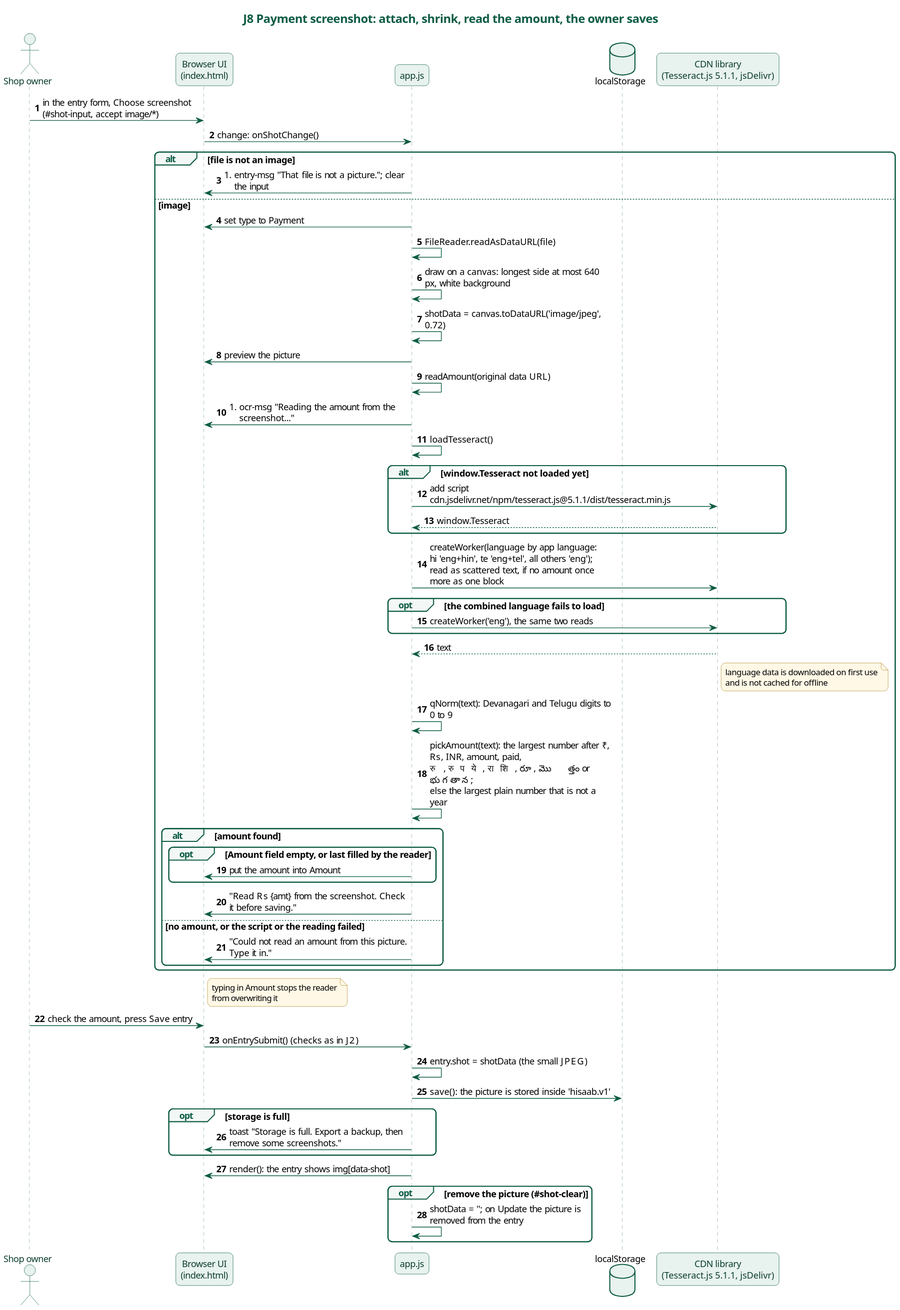
The PlantUML diagram docs/diagrams/j8-payment-screenshot.svg in karwasanjay007/hisaab-docs, before a commit.
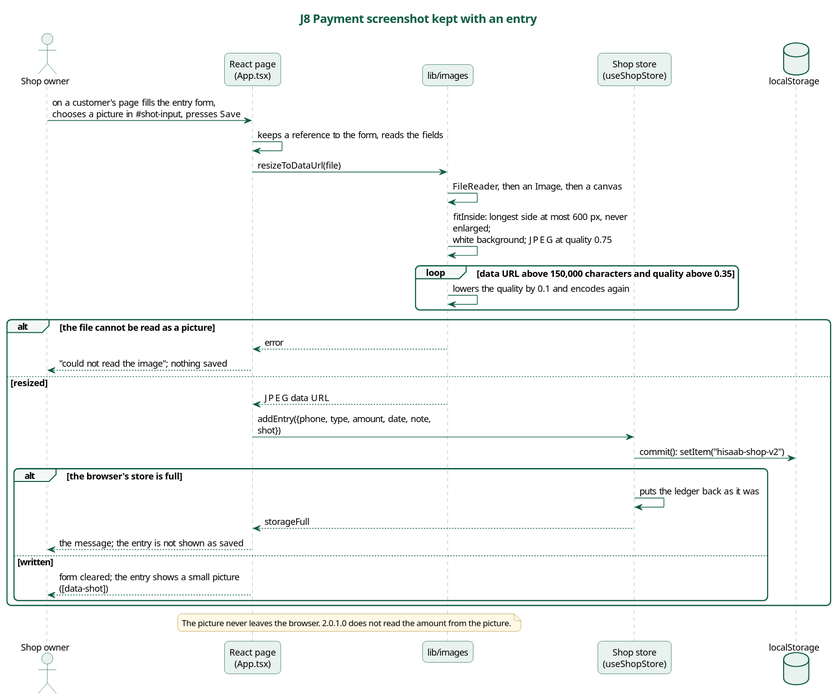
Above is the later version.

What changed in the source:
```diff
@@ -1,32 +1,23 @@
 @startuml
-title J8 Payment screenshot: attach, shrink, read the amount, the owner saves
+title J8 Payment screenshot kept with an entry
 skinparam backgroundColor white
 skinparam defaultFontName "Noto Sans"
 skinparam defaultFontSize 13
 skinparam roundCorner 12
 skinparam shadowing false
-skinparam maxMessageSize 260
+skinparam maxMessageSize 280
 skinparam titleFontSize 17
 skinparam titleFontColor #0E5C45
 skinparam sequenceMessageAlign left
-skinparam responseMessageBelowArrow true
 skinparam sequence {
   ArrowColor #0E5C45
   LifeLineBorderColor #7FA89A
-  LifeLineBackgroundColor #E8F2EE
   ParticipantBorderColor #0E5C45
   ParticipantBackgroundColor #E8F2EE
-  ParticipantFontColor #0B3D2E
   ActorBorderColor #0E5C45
   ActorBackgroundColor #E8F2EE
-  ActorFontColor #0B3D2E
   GroupBorderColor #0E5C45
-  GroupHeaderFontColor #0E5C45
   GroupBackgroundColor #F3F8F6
-  DividerBorderColor #0E5C45
-  DividerBackgroundColor #E8F2EE
-  DividerFontColor #0B3D2E
-  BoxBorderColor #0E5C45
 }
 skinparam database {
   BorderColor #0E5C45
@@ -38,55 +29,35 @@
   FontSize 12
 }
 actor "Shop owner" as Owner
-participant "Browser UI\n(index.html)" as UI
-participant "app.js" as App
+participant "React page\n(App.tsx)" as UI
+participant "lib/images" as Img
+participant "Shop store\n(useShopStore)" as Store
 database "localStorage" as LS
-participant "CDN library\n(Tesseract.js 5.1.1, jsDelivr)" as CDN
-autonumber
-Owner -> UI : in the entry form, Choose screenshot (#shot-input, accept image/*)
-UI -> App : change: onShotChange()
-alt file is not an image
-  App -> UI : #entry-msg "That file is not a picture."; clear the input
-else image
-  App -> UI : set type to Payment
-  App -> App : FileReader.readAsDataURL(file)
-  App -> App : draw on a canvas: longest side at most 640 px, white background
-  App -> App : shotData = canvas.toDataURL('image/jpeg', 0.72)
-  App -> UI : preview the picture
-  App -> App : readAmount(original data URL)
-  App -> UI : #ocr-msg "Reading the amount from the screenshot..."
-  App -> App : loadTesseract()
-  alt window.Tesseract not loaded yet
-    App -> CDN : add script cdn.jsdelivr.net/npm/tesseract.js@5.1.1/dist/tesseract.min.js
-    CDN --> App : window.Tesseract
-  end
-  App -> CDN : createWorker(language by app language:\nhi 'eng+hin', te 'eng+tel', all others 'eng');\nread as scattered text, if no amount once more as one block
-  opt the combined language fails to load
-    App -> CDN : createWorker('eng'), the same two reads
-  end
-  CDN --> App : text
-  note right of CDN : language data is downloaded on first use\nand is not cached for offline
-  App -> App : qNorm(text): Devanagari and Telugu digits to 0 to 9
-  App -> App : pickAmount(text): the largest number after ₹, Rs, INR, amount, paid,\nरु, रुपये, राशि, రూ, మొత్తం or భుగతాన;\nelse the largest plain number that is not a year
-  alt amount found
-    opt Amount field empty, or last filled by the reader
-      App -> UI : put the amount into Amount
-    end
-    App -> UI : "Read Rs {amt} from the screenshot. Check it before saving."
-  else no amount, or the script or the reading failed
-    App -> UI : "Could not read an amount from this picture. Type it in."
+
+Owner -> UI : on a customer's page fills the entry form,\nchooses a picture in #shot-input, presses Save
+UI -> UI : keeps a reference to the form, reads the fields
+UI -> Img : resizeToDataUrl(file)
+Img -> Img : FileReader, then an Image, then a canvas
+Img -> Img : fitInside: longest side at most 600 px, never enlarged;\nwhite background; JPEG at quality 0.75
+loop data URL above 150,000 characters and quality above 0.35
+  Img -> Img : lowers the quality by 0.1 and encodes again
+end
+alt the file cannot be read as a picture
+  Img --> UI : error
+  UI --> Owner : "could not read the image"; nothing saved
+else resized
+  Img --> UI : JPEG data URL
+  UI -> Store : addEntry({phone, type, amount, date, note, shot})
+  Store -> LS : commit(): setItem("hisaab-shop-v2")
+  alt the browser's store is full
+    Store -> Store : puts the ledger back as it was
+    Store --> UI : storageFull
+    UI --> Owner : the message; the entry is not shown as saved
+  else written
+    UI --> Owner : form cleared; the entry shows a small picture ([data-shot])
   end
 end
-note right of UI : typing in Amount stops the reader\nfrom overwriting it
-Owner -> UI : check the amount, press Save entry
-UI -> App : onEntrySubmit() (checks as in J2)
-App -> App : entry.shot = shotData (the small JPEG)
-App -> LS : save(): the picture is stored inside 'hisaab.v1'
-opt storage is full
-  App -> UI : toast "Storage is full. Export a backup, then remove some screenshots."
-end
-App -> UI : render(): the entry shows img[data-shot]
-opt remove the picture (#shot-clear)
-  App -> App : shotData = ''; on Update the picture is removed from the entry
-end
+note over UI, Img
+  The picture never leaves the browser. 2.0.1.0 does not read the amount from the picture.
+end note
 @enduml
```
